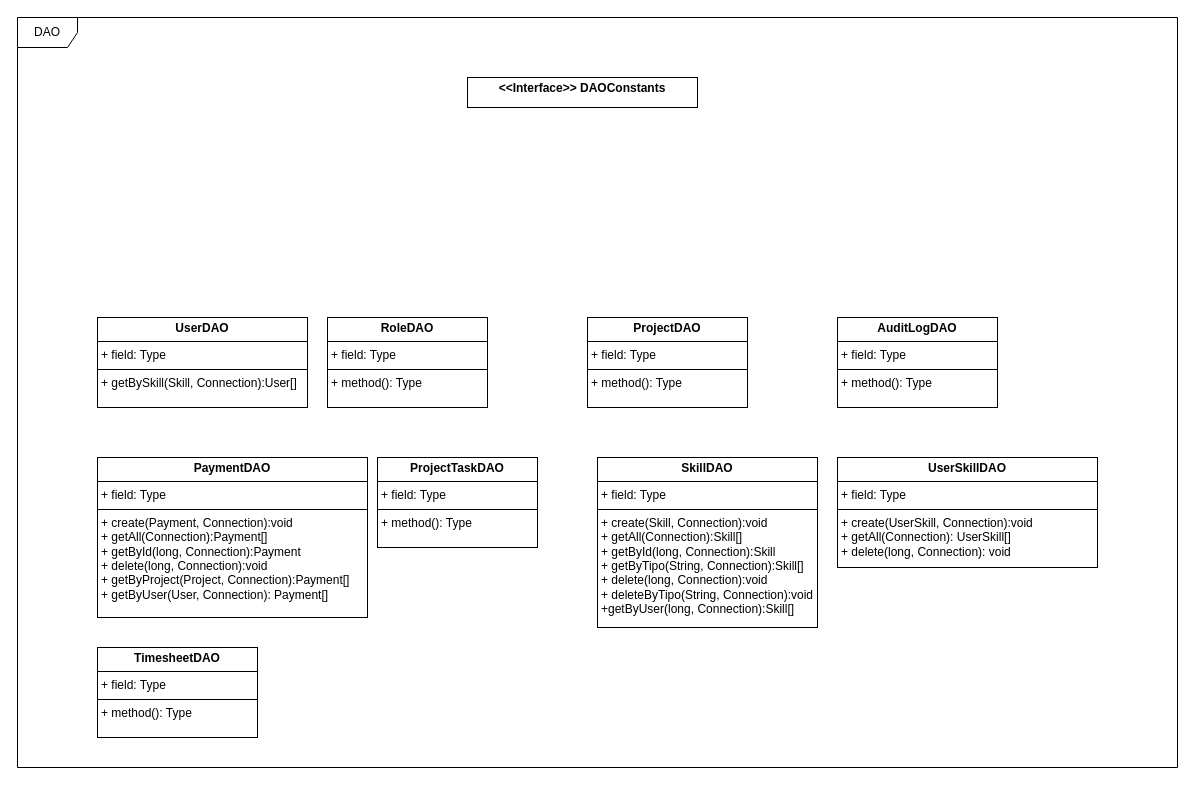
Before: gestione_progetti_uml.drawio in davide-vigano-tas/gestione_progetti, a draw.io diagram. Source tidied: cells renumbered, new cells numbered last; positions are measured from the earlier drawing's top-left corner, leaving out a move shared by most shapes. Both pictures are drawn from the tidied source at 100%, with x=0, y=0 at pixel (17, 17).
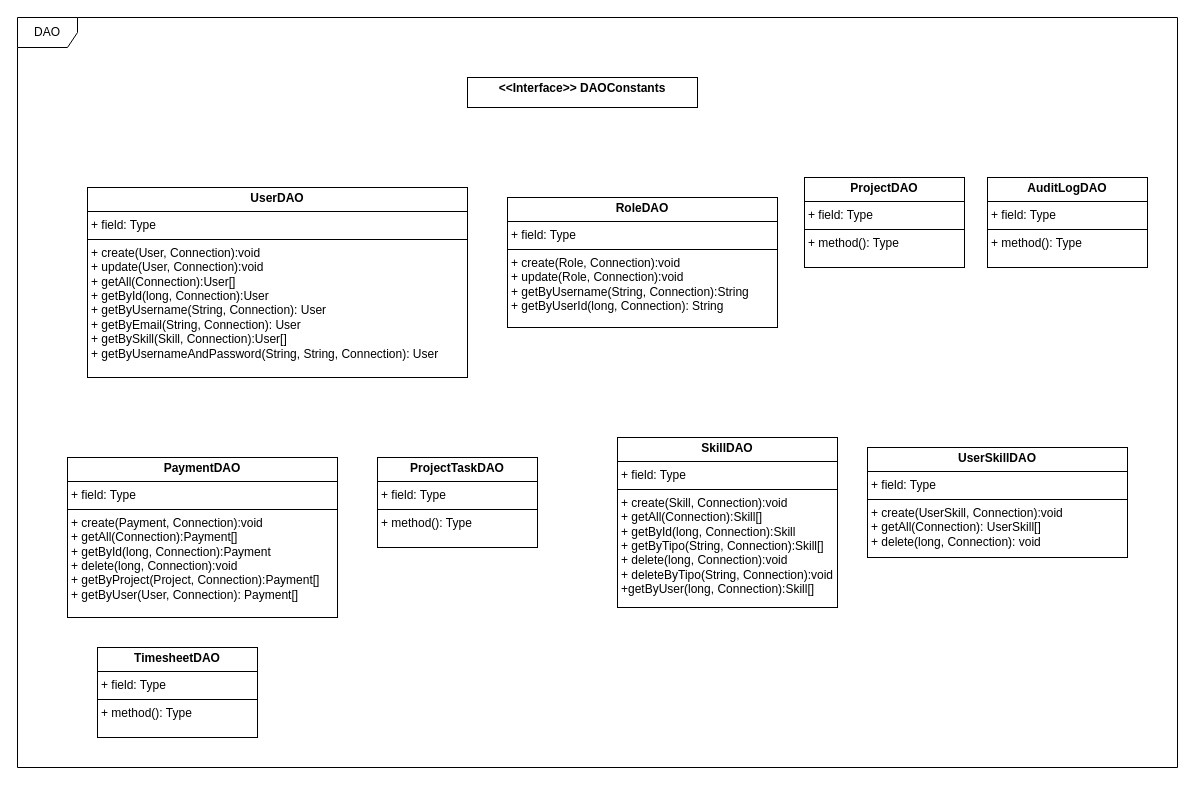
After the change.

Diff of the diagram source:
```diff
@@
 <mxGraphModel>
   <root>
     <mxCell id="0" />
     <mxCell id="1" parent="0" />
-    <mxCell id="2" value="&lt;p style=&quot;margin:0px;margin-top:4px;text-align:center;&quot;&gt;&lt;b style=&quot;background-color: light-dark(#ffffff, var(--ge-dark-color, #121212));&quot;&gt;&lt;font style=&quot;color: rgb(0, 0, 0);&quot;&gt;UserDAO&lt;/font&gt;&lt;/b&gt;&lt;/p&gt;&lt;hr size=&quot;1&quot; style=&quot;border-style:solid;&quot;&gt;&lt;p style=&quot;margin:0px;margin-left:4px;&quot;&gt;+ field: Type&lt;/p&gt;&lt;hr size=&quot;1&quot; style=&quot;border-style:solid;&quot;&gt;&lt;p style=&quot;margin:0px;margin-left:4px;&quot;&gt;+ getBySkill(Skill, Connection):User[]&lt;/p&gt;" style="verticalAlign=top;align=left;overflow=fill;html=1;whiteSpace=wrap;" parent="1" vertex="1">
-      <mxGeometry x="80" y="300" width="210" height="90" as="geometry" />
+    <mxCell id="2" value="&lt;p style=&quot;margin:0px;margin-top:4px;text-align:center;&quot;&gt;&lt;b style=&quot;background-color: light-dark(#ffffff, var(--ge-dark-color, #121212));&quot;&gt;&lt;font style=&quot;color: rgb(0, 0, 0);&quot;&gt;UserDAO&lt;/font&gt;&lt;/b&gt;&lt;/p&gt;&lt;hr size=&quot;1&quot; style=&quot;border-style:solid;&quot;&gt;&lt;p style=&quot;margin:0px;margin-left:4px;&quot;&gt;+ field: Type&lt;/p&gt;&lt;hr size=&quot;1&quot; style=&quot;border-style:solid;&quot;&gt;&lt;p style=&quot;margin:0px;margin-left:4px;&quot;&gt;+ create(User, Connection):void&lt;/p&gt;&lt;p style=&quot;margin:0px;margin-left:4px;&quot;&gt;+ update(User, Connection):void&lt;/p&gt;&lt;p style=&quot;margin:0px;margin-left:4px;&quot;&gt;+ getAll(Connection):User[]&lt;/p&gt;&lt;p style=&quot;margin:0px;margin-left:4px;&quot;&gt;+ getById(long, Connection):User&lt;/p&gt;&lt;p style=&quot;margin:0px;margin-left:4px;&quot;&gt;+ getByUsername(String, Connection): User&lt;/p&gt;&lt;p style=&quot;margin:0px;margin-left:4px;&quot;&gt;+&amp;nbsp;&lt;span style=&quot;background-color: transparent; color: light-dark(rgb(0, 0, 0), rgb(255, 255, 255));&quot;&gt;getByEmail(String, Connection): User&lt;/span&gt;&lt;/p&gt;&lt;p style=&quot;margin:0px;margin-left:4px;&quot;&gt;+ getBySkill(Skill, Connection):User[]&lt;/p&gt;&lt;p style=&quot;margin:0px;margin-left:4px;&quot;&gt;+ getByUsernameAndPassword(String, String, Connection): User&lt;/p&gt;&lt;p style=&quot;margin:0px;margin-left:4px;&quot;&gt;&lt;br&gt;&lt;/p&gt;" style="verticalAlign=top;align=left;overflow=fill;html=1;whiteSpace=wrap;" parent="1" vertex="1">
+      <mxGeometry x="70" y="170" width="380" height="190" as="geometry" />
     </mxCell>
     <mxCell id="3" value="DAO" style="shape=umlFrame;whiteSpace=wrap;html=1;" parent="1" vertex="1">
       <mxGeometry width="1160" height="750" as="geometry" />
     </mxCell>
-    <mxCell id="4" value="&lt;p style=&quot;margin:0px;margin-top:4px;text-align:center;&quot;&gt;&lt;b&gt;RoleDAO&lt;/b&gt;&lt;/p&gt;&lt;hr size=&quot;1&quot; style=&quot;border-style:solid;&quot;&gt;&lt;p style=&quot;margin:0px;margin-left:4px;&quot;&gt;+ field: Type&lt;/p&gt;&lt;hr size=&quot;1&quot; style=&quot;border-style:solid;&quot;&gt;&lt;p style=&quot;margin:0px;margin-left:4px;&quot;&gt;+ method(): Type&lt;/p&gt;" style="verticalAlign=top;align=left;overflow=fill;html=1;whiteSpace=wrap;" parent="1" vertex="1">
-      <mxGeometry x="310" y="300" width="160" height="90" as="geometry" />
+    <mxCell id="4" value="&lt;p style=&quot;margin:0px;margin-top:4px;text-align:center;&quot;&gt;&lt;b&gt;RoleDAO&lt;/b&gt;&lt;/p&gt;&lt;hr size=&quot;1&quot; style=&quot;border-style:solid;&quot;&gt;&lt;p style=&quot;margin:0px;margin-left:4px;&quot;&gt;+ field: Type&lt;/p&gt;&lt;hr size=&quot;1&quot; style=&quot;border-style:solid;&quot;&gt;&lt;p style=&quot;margin:0px;margin-left:4px;&quot;&gt;+ create(Role, Connection):void&lt;/p&gt;&lt;p style=&quot;margin:0px;margin-left:4px;&quot;&gt;+ update(Role, Connection):void&lt;/p&gt;&lt;p style=&quot;margin:0px;margin-left:4px;&quot;&gt;+ getByUsername(String, Connection):String&lt;/p&gt;&lt;p style=&quot;margin:0px;margin-left:4px;&quot;&gt;+ getByUserId(long, Connection): String&lt;/p&gt;" style="verticalAlign=top;align=left;overflow=fill;html=1;whiteSpace=wrap;" parent="1" vertex="1">
+      <mxGeometry x="490" y="180" width="270" height="130" as="geometry" />
     </mxCell>
     <mxCell id="5" value="&lt;p style=&quot;margin:0px;margin-top:4px;text-align:center;&quot;&gt;&lt;b style=&quot;background-color: light-dark(#ffffff, var(--ge-dark-color, #121212));&quot;&gt;&lt;font style=&quot;color: rgb(0, 0, 0);&quot;&gt;ProjectDAO&lt;/font&gt;&lt;/b&gt;&lt;/p&gt;&lt;hr size=&quot;1&quot; style=&quot;border-style:solid;&quot;&gt;&lt;p style=&quot;margin:0px;margin-left:4px;&quot;&gt;+ field: Type&lt;/p&gt;&lt;hr size=&quot;1&quot; style=&quot;border-style:solid;&quot;&gt;&lt;p style=&quot;margin:0px;margin-left:4px;&quot;&gt;+ method(): Type&lt;/p&gt;" style="verticalAlign=top;align=left;overflow=fill;html=1;whiteSpace=wrap;" parent="1" vertex="1">
-      <mxGeometry x="570" y="300" width="160" height="90" as="geometry" />
+      <mxGeometry x="787" y="160" width="160" height="90" as="geometry" />
     </mxCell>
     <mxCell id="6" value="&lt;p style=&quot;margin:0px;margin-top:4px;text-align:center;&quot;&gt;&lt;span style=&quot;background-color: rgb(255, 255, 255);&quot;&gt;&lt;b&gt;AuditLogDAO&lt;/b&gt;&lt;/span&gt;&lt;/p&gt;&lt;hr size=&quot;1&quot; style=&quot;border-style:solid;&quot;&gt;&lt;p style=&quot;margin:0px;margin-left:4px;&quot;&gt;+ field: Type&lt;/p&gt;&lt;hr size=&quot;1&quot; style=&quot;border-style:solid;&quot;&gt;&lt;p style=&quot;margin:0px;margin-left:4px;&quot;&gt;+ method(): Type&lt;/p&gt;" style="verticalAlign=top;align=left;overflow=fill;html=1;whiteSpace=wrap;" parent="1" vertex="1">
-      <mxGeometry x="820" y="300" width="160" height="90" as="geometry" />
+      <mxGeometry x="970" y="160" width="160" height="90" as="geometry" />
     </mxCell>
     <mxCell id="7" value="&lt;p style=&quot;margin:0px;margin-top:4px;text-align:center;&quot;&gt;&lt;b style=&quot;background-color: light-dark(#ffffff, var(--ge-dark-color, #121212));&quot;&gt;&lt;font style=&quot;color: rgb(0, 0, 0);&quot;&gt;PaymentDAO&lt;/font&gt;&lt;/b&gt;&lt;/p&gt;&lt;hr size=&quot;1&quot; style=&quot;border-style:solid;&quot;&gt;&lt;p style=&quot;margin:0px;margin-left:4px;&quot;&gt;+ field: Type&lt;/p&gt;&lt;hr size=&quot;1&quot; style=&quot;border-style:solid;&quot;&gt;&lt;p style=&quot;margin:0px;margin-left:4px;&quot;&gt;+ create(Payment, Connection):void&lt;/p&gt;&lt;p style=&quot;margin:0px;margin-left:4px;&quot;&gt;+ getAll(Connection):Payment[]&lt;/p&gt;&lt;p style=&quot;margin:0px;margin-left:4px;&quot;&gt;+ getById(long, Connection):Payment&lt;/p&gt;&lt;p style=&quot;margin:0px;margin-left:4px;&quot;&gt;+ delete(long, Connection):void&lt;/p&gt;&lt;p style=&quot;margin:0px;margin-left:4px;&quot;&gt;+ getByProject(Project, Connection):Payment[]&lt;/p&gt;&lt;p style=&quot;margin:0px;margin-left:4px;&quot;&gt;+ getByUser(User, Connection): Payment[]&lt;/p&gt;&lt;p style=&quot;margin:0px;margin-left:4px;&quot;&gt;&lt;br&gt;&lt;/p&gt;" style="verticalAlign=top;align=left;overflow=fill;html=1;whiteSpace=wrap;" parent="1" vertex="1">
-      <mxGeometry x="80" y="440" width="270" height="160" as="geometry" />
+      <mxGeometry x="50" y="440" width="270" height="160" as="geometry" />
     </mxCell>
     <mxCell id="8" value="&lt;p style=&quot;margin:0px;margin-top:4px;text-align:center;&quot;&gt;&lt;span style=&quot;background-color: rgb(255, 255, 255);&quot;&gt;&lt;b&gt;ProjectTaskDAO&lt;/b&gt;&lt;/span&gt;&lt;/p&gt;&lt;hr size=&quot;1&quot; style=&quot;border-style:solid;&quot;&gt;&lt;p style=&quot;margin:0px;margin-left:4px;&quot;&gt;+ field: Type&lt;/p&gt;&lt;hr size=&quot;1&quot; style=&quot;border-style:solid;&quot;&gt;&lt;p style=&quot;margin:0px;margin-left:4px;&quot;&gt;+ method(): Type&lt;/p&gt;" style="verticalAlign=top;align=left;overflow=fill;html=1;whiteSpace=wrap;" parent="1" vertex="1">
       <mxGeometry x="360" y="440" width="160" height="90" as="geometry" />
     </mxCell>
     <mxCell id="9" value="&lt;p style=&quot;margin:0px;margin-top:4px;text-align:center;&quot;&gt;&lt;b style=&quot;background-color: light-dark(#ffffff, var(--ge-dark-color, #121212));&quot;&gt;&lt;font style=&quot;color: rgb(0, 0, 0);&quot;&gt;SkillDAO&lt;/font&gt;&lt;/b&gt;&lt;/p&gt;&lt;hr size=&quot;1&quot; style=&quot;border-style:solid;&quot;&gt;&lt;p style=&quot;margin:0px;margin-left:4px;&quot;&gt;+ field: Type&lt;/p&gt;&lt;hr size=&quot;1&quot; style=&quot;border-style:solid;&quot;&gt;&lt;p style=&quot;margin:0px;margin-left:4px;&quot;&gt;+ create(Skill, Connection):void&lt;/p&gt;&lt;p style=&quot;margin:0px;margin-left:4px;&quot;&gt;+ getAll(Connection):Skill[]&lt;/p&gt;&lt;p style=&quot;margin:0px;margin-left:4px;&quot;&gt;+ getById(long, Connection):Skill&lt;/p&gt;&lt;p style=&quot;margin:0px;margin-left:4px;&quot;&gt;+ getByTipo(String, Connection):Skill[]&lt;/p&gt;&lt;p style=&quot;margin:0px;margin-left:4px;&quot;&gt;+ delete(long, Connection):void&lt;/p&gt;&lt;p style=&quot;margin:0px;margin-left:4px;&quot;&gt;+ deleteByTipo(String, Connection):void&lt;/p&gt;&lt;p style=&quot;margin:0px;margin-left:4px;&quot;&gt;+getByUser(long, Connection):Skill[]&lt;/p&gt;" style="verticalAlign=top;align=left;overflow=fill;html=1;whiteSpace=wrap;" parent="1" vertex="1">
-      <mxGeometry x="580" y="440" width="220" height="170" as="geometry" />
+      <mxGeometry x="600" y="420" width="220" height="170" as="geometry" />
     </mxCell>
     <mxCell id="10" value="&lt;p style=&quot;margin:0px;margin-top:4px;text-align:center;&quot;&gt;&lt;b style=&quot;background-color: light-dark(#ffffff, var(--ge-dark-color, #121212));&quot;&gt;&lt;font style=&quot;color: rgb(0, 0, 0);&quot;&gt;UserSkillDAO&lt;/font&gt;&lt;/b&gt;&lt;/p&gt;&lt;hr size=&quot;1&quot; style=&quot;border-style:solid;&quot;&gt;&lt;p style=&quot;margin:0px;margin-left:4px;&quot;&gt;+ field: Type&lt;/p&gt;&lt;hr size=&quot;1&quot; style=&quot;border-style:solid;&quot;&gt;&lt;p style=&quot;margin:0px;margin-left:4px;&quot;&gt;+ create(UserSkill, Connection):void&lt;/p&gt;&lt;p style=&quot;margin:0px;margin-left:4px;&quot;&gt;+ getAll(Connection): UserSkill[]&lt;/p&gt;&lt;p style=&quot;margin:0px;margin-left:4px;&quot;&gt;+ delete(long, Connection): void&lt;/p&gt;" style="verticalAlign=top;align=left;overflow=fill;html=1;whiteSpace=wrap;" parent="1" vertex="1">
-      <mxGeometry x="820" y="440" width="260" height="110" as="geometry" />
+      <mxGeometry x="850" y="430" width="260" height="110" as="geometry" />
     </mxCell>
     <mxCell id="11" value="&lt;p style=&quot;margin:0px;margin-top:4px;text-align:center;&quot;&gt;&lt;span style=&quot;background-color: rgb(255, 255, 255);&quot;&gt;&lt;b&gt;TimesheetDAO&lt;/b&gt;&lt;/span&gt;&lt;/p&gt;&lt;hr size=&quot;1&quot; style=&quot;border-style:solid;&quot;&gt;&lt;p style=&quot;margin:0px;margin-left:4px;&quot;&gt;+ field: Type&lt;/p&gt;&lt;hr size=&quot;1&quot; style=&quot;border-style:solid;&quot;&gt;&lt;p style=&quot;margin:0px;margin-left:4px;&quot;&gt;+ method(): Type&lt;/p&gt;" style="verticalAlign=top;align=left;overflow=fill;html=1;whiteSpace=wrap;" parent="1" vertex="1">
       <mxGeometry x="80" y="630" width="160" height="90" as="geometry" />
     </mxCell>
     <mxCell id="12" value="&lt;p style=&quot;margin:0px;margin-top:4px;text-align:center;&quot;&gt;&lt;b&gt;&amp;lt;&amp;lt;Interface&amp;gt;&amp;gt; DAOConstants&lt;/b&gt;&lt;/p&gt;" style="verticalAlign=top;align=left;overflow=fill;html=1;whiteSpace=wrap;" parent="1" vertex="1">
       <mxGeometry x="450" y="60" width="230" height="30" as="geometry" />
     </mxCell>
   </root>
 </mxGraphModel>
```
